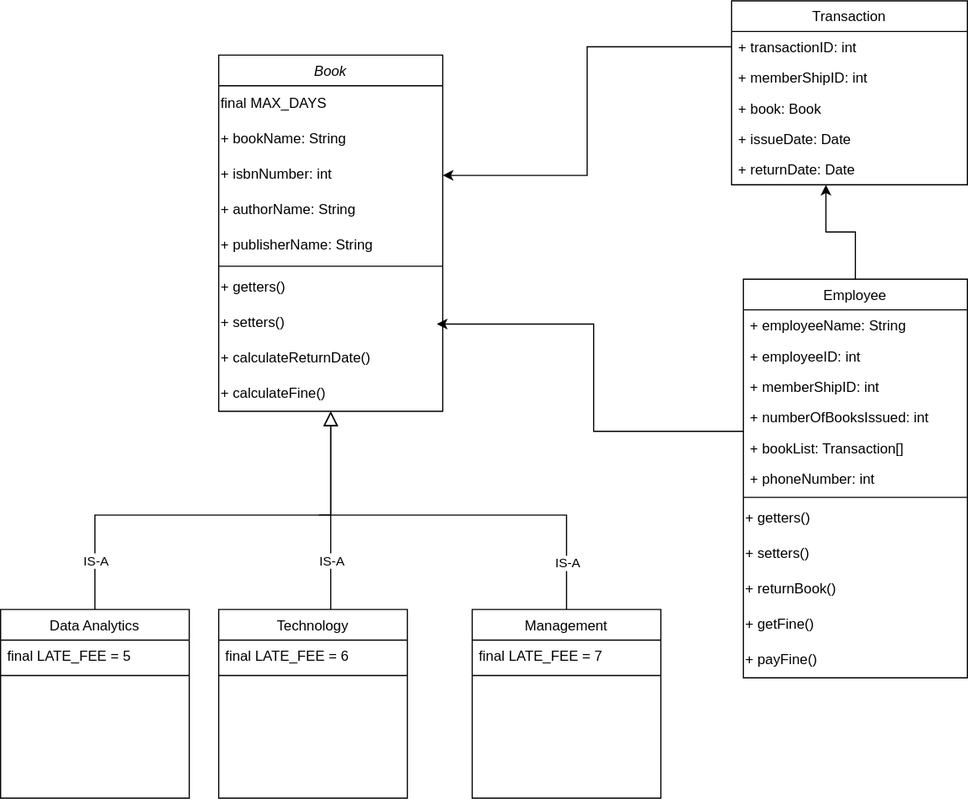
This is diagrams/Class Diagram.drawio.svg from basit-budroo/library-management-system, a draw.io export, as it was before one commit. Source tidied: cells renumbered, new cells last; positions are measured from the earlier drawing's top-left corner, leaving out a move shared by most shapes.
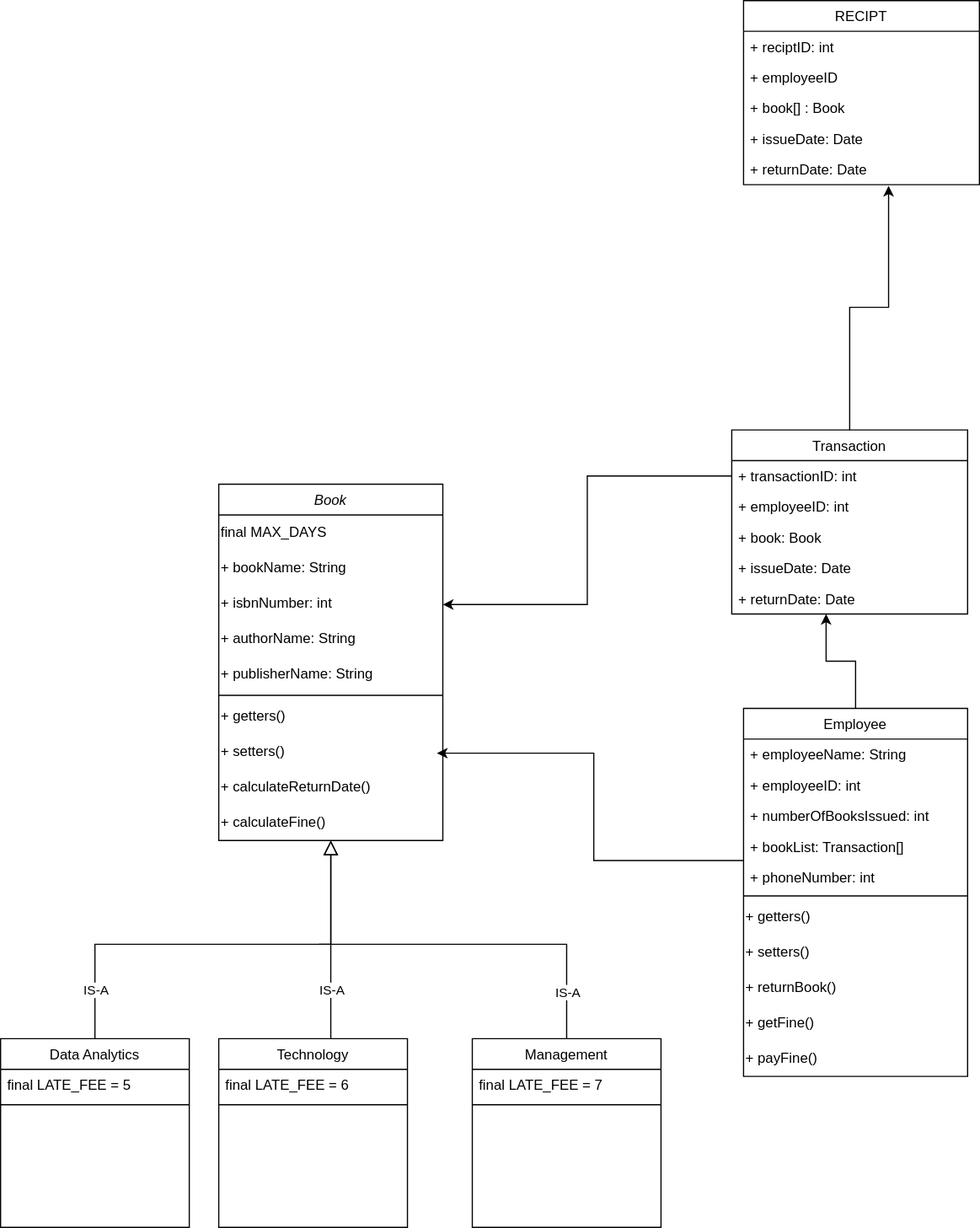
The same diagram one commit later.

The edit, as a diff of the source:
```diff
@@ -113,7 +113,7 @@
       <mxGeometry relative="1" as="geometry" />
     </mxCell>
     <mxCell id="30" value="Employee" style="swimlane;fontStyle=0;horizontal=1;startSize=26;fillColor=none;" parent="1" vertex="1">
-      <mxGeometry x="630" y="236" width="190" height="338" as="geometry" />
+      <mxGeometry x="630" y="236" width="190" height="312" as="geometry" />
     </mxCell>
     <mxCell id="31" value="+ employeeName: String" style="text;strokeColor=none;fillColor=none;align=left;verticalAlign=top;spacingLeft=4;spacingRight=4;overflow=hidden;" parent="30" vertex="1">
       <mxGeometry y="26" width="190" height="26" as="geometry" />
@@ -121,43 +121,43 @@
     <mxCell id="32" value="+ employeeID: int" style="text;strokeColor=none;fillColor=none;align=left;verticalAlign=top;spacingLeft=4;spacingRight=4;overflow=hidden;" parent="30" vertex="1">
       <mxGeometry y="52" width="190" height="26" as="geometry" />
     </mxCell>
-    <mxCell id="33" value="+ memberShipID: int" style="text;strokeColor=none;fillColor=none;align=left;verticalAlign=top;spacingLeft=4;spacingRight=4;overflow=hidden;" parent="30" vertex="1">
-      <mxGeometry y="78" width="190" height="26" as="geometry" />
-    </mxCell>
     <mxCell id="34" value="+ numberOfBooksIssued: int" style="text;strokeColor=none;fillColor=none;align=left;verticalAlign=top;spacingLeft=4;spacingRight=4;overflow=hidden;" parent="30" vertex="1">
-      <mxGeometry y="104" width="190" height="26" as="geometry" />
+      <mxGeometry y="78" width="190" height="26" as="geometry" />
     </mxCell>
     <mxCell id="35" value="+ bookList: Transaction[]" style="text;strokeColor=none;fillColor=none;align=left;verticalAlign=top;spacingLeft=4;spacingRight=4;overflow=hidden;" parent="30" vertex="1">
-      <mxGeometry y="130" width="190" height="26" as="geometry" />
+      <mxGeometry y="104" width="190" height="26" as="geometry" />
     </mxCell>
     <mxCell id="36" value="+ phoneNumber: int" style="text;strokeColor=none;fillColor=none;align=left;verticalAlign=top;spacingLeft=4;spacingRight=4;overflow=hidden;" parent="30" vertex="1">
-      <mxGeometry y="156" width="190" height="26" as="geometry" />
+      <mxGeometry y="130" width="190" height="26" as="geometry" />
     </mxCell>
     <mxCell id="37" style="line;html=1;strokeWidth=1;align=left;verticalAlign=middle;spacingTop=-1;spacingLeft=3;spacingRight=3;labelPosition=right;" parent="30" vertex="1">
-      <mxGeometry y="182" width="190" height="6" as="geometry" />
+      <mxGeometry y="156" width="190" height="6" as="geometry" />
     </mxCell>
     <mxCell id="38" value="+ getters()" style="text;html=1;align=left;verticalAlign=middle;strokeColor=none;fillColor=none;" parent="30" vertex="1">
-      <mxGeometry y="188" width="190" height="30" as="geometry" />
+      <mxGeometry y="162" width="190" height="30" as="geometry" />
     </mxCell>
     <mxCell id="39" value="+ setters()" style="text;html=1;align=left;verticalAlign=middle;strokeColor=none;fillColor=none;" parent="30" vertex="1">
-      <mxGeometry y="218" width="190" height="30" as="geometry" />
+      <mxGeometry y="192" width="190" height="30" as="geometry" />
     </mxCell>
     <mxCell id="40" value="+ returnBook()" style="text;html=1;align=left;verticalAlign=middle;strokeColor=none;fillColor=none;" parent="30" vertex="1">
-      <mxGeometry y="248" width="190" height="30" as="geometry" />
+      <mxGeometry y="222" width="190" height="30" as="geometry" />
     </mxCell>
     <mxCell id="41" value="+ getFine()" style="text;html=1;align=left;verticalAlign=middle;strokeColor=none;fillColor=none;" parent="30" vertex="1">
-      <mxGeometry y="278" width="190" height="30" as="geometry" />
+      <mxGeometry y="252" width="190" height="30" as="geometry" />
     </mxCell>
     <mxCell id="42" value="+ payFine()" style="text;html=1;align=left;verticalAlign=middle;strokeColor=none;fillColor=none;" parent="30" vertex="1">
-      <mxGeometry y="308" width="190" height="30" as="geometry" />
+      <mxGeometry y="282" width="190" height="30" as="geometry" />
     </mxCell>
+    <mxCell id="50" style="edgeStyle=orthogonalEdgeStyle;rounded=0;jettySize=auto;html=1;entryX=0.615;entryY=1.038;entryDx=0;entryDy=0;entryPerimeter=0;" parent="1" edge="1" source="43" target="56">
+      <mxGeometry relative="1" as="geometry" />
+    </mxCell>
     <mxCell id="43" value="Transaction" style="swimlane;fontStyle=0;horizontal=1;startSize=26;fillColor=none;" parent="1" vertex="1">
       <mxGeometry x="620" width="200" height="156" as="geometry" />
     </mxCell>
     <mxCell id="44" value="+ transactionID: int" style="text;strokeColor=none;fillColor=none;align=left;verticalAlign=top;spacingLeft=4;spacingRight=4;overflow=hidden;points=[[0,0.5],[1,0.5]];portConstraint=eastwest;" parent="43" vertex="1">
       <mxGeometry y="26" width="200" height="26" as="geometry" />
     </mxCell>
-    <mxCell id="45" value="+ memberShipID: int" style="text;strokeColor=none;fillColor=none;align=left;verticalAlign=top;spacingLeft=4;spacingRight=4;overflow=hidden;" parent="43" vertex="1">
+    <mxCell id="45" value="+ employeeID: int" style="text;strokeColor=none;fillColor=none;align=left;verticalAlign=top;spacingLeft=4;spacingRight=4;overflow=hidden;" parent="43" vertex="1">
       <mxGeometry y="52" width="200" height="26" as="geometry" />
     </mxCell>
     <mxCell id="46" value="+ book: Book" style="text;strokeColor=none;fillColor=none;align=left;verticalAlign=top;spacingLeft=4;spacingRight=4;overflow=hidden;" parent="43" vertex="1">
@@ -172,5 +172,23 @@
     <mxCell id="49" style="edgeStyle=orthogonalEdgeStyle;rounded=0;jettySize=auto;html=1;entryX=1;entryY=0.533;entryDx=0;entryDy=0;entryPerimeter=0;" parent="1" edge="1" source="44" target="5">
       <mxGeometry relative="1" as="geometry" />
     </mxCell>
+    <mxCell id="51" value="RECIPT" style="swimlane;fontStyle=0;horizontal=1;startSize=26;fillColor=none;" parent="1" vertex="1">
+      <mxGeometry x="630" y="-364" width="200" height="156" as="geometry" />
+    </mxCell>
+    <mxCell id="52" value="+ reciptID: int" style="text;strokeColor=none;fillColor=none;align=left;verticalAlign=top;spacingLeft=4;spacingRight=4;overflow=hidden;" parent="51" vertex="1">
+      <mxGeometry y="26" width="200" height="26" as="geometry" />
+    </mxCell>
+    <mxCell id="53" value="+ employeeID" style="text;strokeColor=none;fillColor=none;align=left;verticalAlign=top;spacingLeft=4;spacingRight=4;overflow=hidden;" parent="51" vertex="1">
+      <mxGeometry y="52" width="200" height="26" as="geometry" />
+    </mxCell>
+    <mxCell id="54" value="+ book[] : Book" style="text;strokeColor=none;fillColor=none;align=left;verticalAlign=top;spacingLeft=4;spacingRight=4;overflow=hidden;" parent="51" vertex="1">
+      <mxGeometry y="78" width="200" height="26" as="geometry" />
+    </mxCell>
+    <mxCell id="55" value="+ issueDate: Date" style="text;strokeColor=none;fillColor=none;align=left;verticalAlign=top;spacingLeft=4;spacingRight=4;overflow=hidden;" parent="51" vertex="1">
+      <mxGeometry y="104" width="200" height="26" as="geometry" />
+    </mxCell>
+    <mxCell id="56" value="+ returnDate: Date" style="text;strokeColor=none;fillColor=none;align=left;verticalAlign=top;spacingLeft=4;spacingRight=4;overflow=hidden;points=[[0,0.5],[1,0.5]];portConstraint=eastwest;" parent="51" vertex="1">
+      <mxGeometry y="130" width="200" height="26" as="geometry" />
+    </mxCell>
   </root>
 </mxGraphModel>
```
